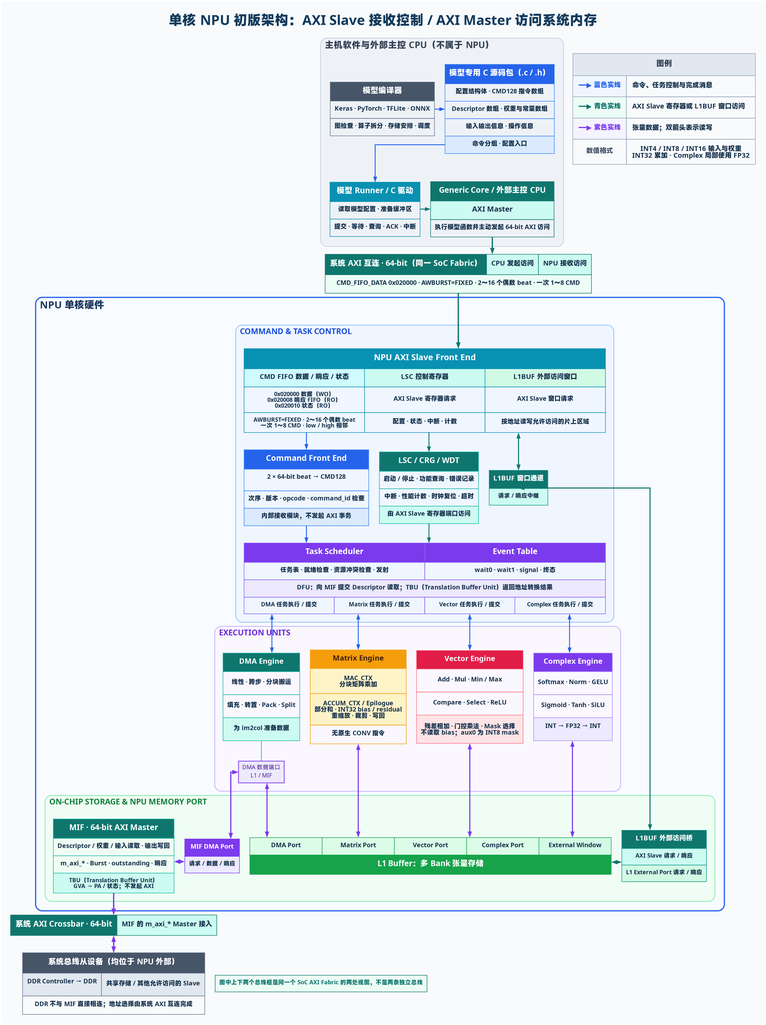
Above: NPU/assets/npu_single_core_architecture_ppt.png in Little-W/Obsidian (Graphviz), before the change. Its source is kept beside it as NPU/assets/npu_single_core_architecture_ppt.dot.
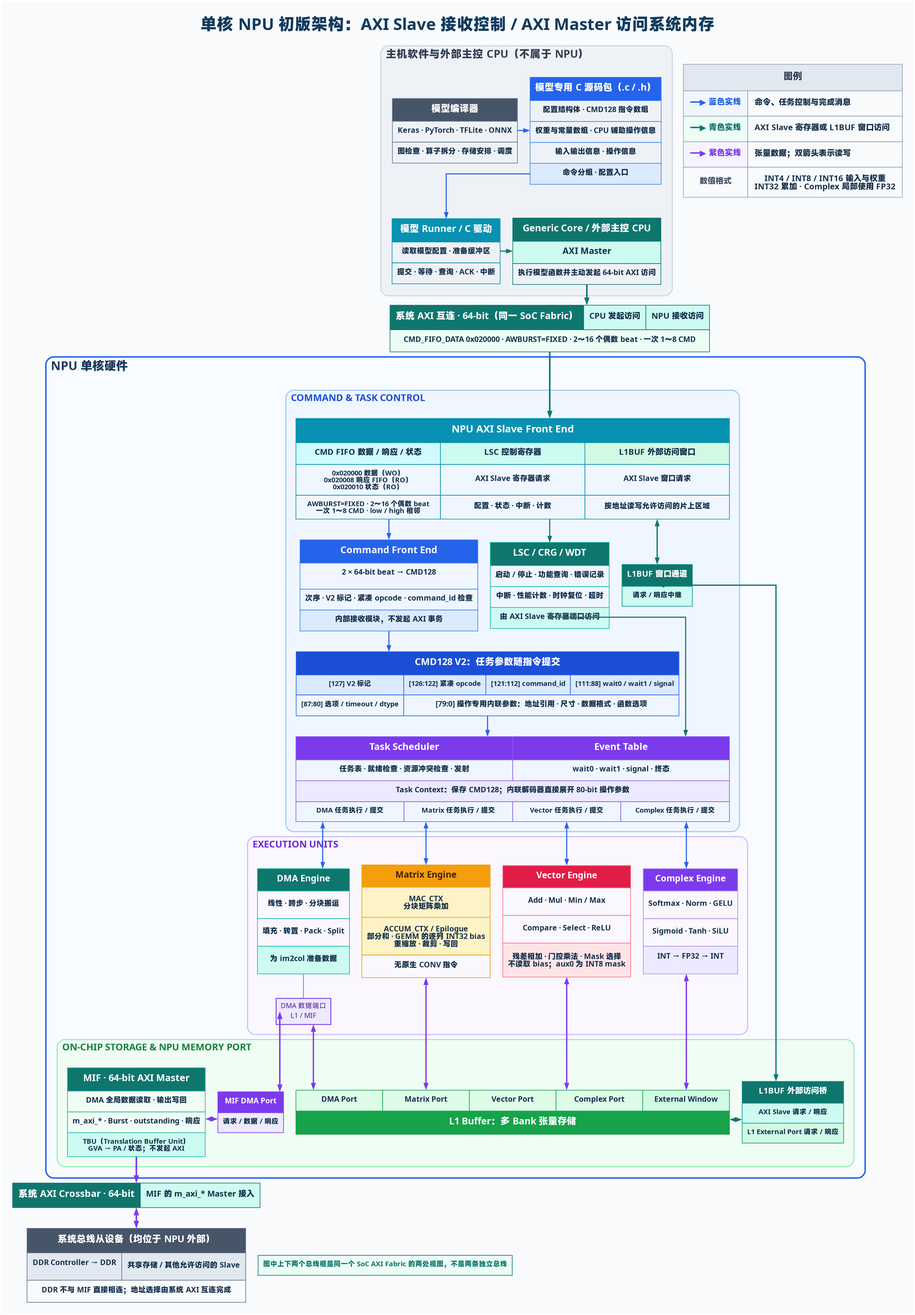
The same diagram one commit later.

Change to the diagram source:
```diff
@@ -68,7 +68,7 @@
         <TABLE BORDER="0" CELLBORDER="1" CELLSPACING="0" CELLPADDING="7" COLOR="#3B82F6">
           <TR><TD BGCOLOR="#2563EB" VALIGN="MIDDLE"><FONT FACE="Microsoft YaHei" COLOR="#FFFFFF" POINT-SIZE="15"><B>模型专用 C 源码包（.c / .h）</B></FONT></TD></TR>
           <TR><TD VALIGN="MIDDLE"><FONT FACE="Microsoft YaHei" POINT-SIZE="12"><B>配置结构体 · CMD128 指令数组</B></FONT></TD></TR>
-          <TR><TD VALIGN="MIDDLE"><FONT FACE="Microsoft YaHei" POINT-SIZE="12"><B>Descriptor 数组 · 权重与常量数组</B></FONT></TD></TR>
+          <TR><TD VALIGN="MIDDLE"><FONT FACE="Microsoft YaHei" POINT-SIZE="12"><B>权重与常量数组 · CPU 辅助操作信息</B></FONT></TD></TR>
           <TR><TD VALIGN="MIDDLE"><FONT FACE="Microsoft YaHei" POINT-SIZE="12"><B>输入输出信息 · 操作信息</B></FONT></TD></TR>
           <TR><TD BGCOLOR="#DBEAFE" VALIGN="MIDDLE"><FONT FACE="Microsoft YaHei" POINT-SIZE="12"><B>命令分组 · 配置入口</B></FONT></TD></TR>
         </TABLE>
@@ -222,8 +222,27 @@
           <TABLE BORDER="0" CELLBORDER="1" CELLSPACING="0" CELLPADDING="7" COLOR="#3B82F6">
             <TR><TD BGCOLOR="#2563EB" VALIGN="MIDDLE"><FONT FACE="Microsoft YaHei" COLOR="#FFFFFF" POINT-SIZE="15"><B>Command Front End</B></FONT></TD></TR>
             <TR><TD VALIGN="MIDDLE"><FONT FACE="Microsoft YaHei" POINT-SIZE="12"><B>2 × 64-bit beat → CMD128</B></FONT></TD></TR>
-            <TR><TD VALIGN="MIDDLE"><FONT FACE="Microsoft YaHei" POINT-SIZE="12"><B>次序 · 版本 · opcode · command_id 检查</B></FONT></TD></TR>
+            <TR><TD VALIGN="MIDDLE"><FONT FACE="Microsoft YaHei" POINT-SIZE="12"><B>次序 · V2 标记 · 紧凑 opcode · command_id 检查</B></FONT></TD></TR>
             <TR><TD BGCOLOR="#DBEAFE" VALIGN="MIDDLE"><FONT FACE="Microsoft YaHei" POINT-SIZE="12"><B>内部接收模块，不发起 AXI 事务</B></FONT></TD></TR>
+          </TABLE>
+        >
+      ];
+
+      cmd_v2 [
+        shape=plain,
+        label=<
+          <TABLE BORDER="0" CELLBORDER="1" CELLSPACING="0" CELLPADDING="7" COLOR="#2563EB">
+            <TR><TD COLSPAN="4" BGCOLOR="#1D4ED8" VALIGN="MIDDLE"><FONT FACE="Microsoft YaHei" COLOR="#FFFFFF" POINT-SIZE="15"><B>CMD128 V2：任务参数随指令提交</B></FONT></TD></TR>
+            <TR>
+              <TD BGCOLOR="#DBEAFE" VALIGN="MIDDLE"><FONT FACE="Microsoft YaHei" POINT-SIZE="11"><B>[127] V2 标记</B></FONT></TD>
+              <TD BGCOLOR="#DBEAFE" VALIGN="MIDDLE"><FONT FACE="Microsoft YaHei" POINT-SIZE="11"><B>[126:122] 紧凑 opcode</B></FONT></TD>
+              <TD BGCOLOR="#DBEAFE" VALIGN="MIDDLE"><FONT FACE="Microsoft YaHei" POINT-SIZE="11"><B>[121:112] command_id</B></FONT></TD>
+              <TD BGCOLOR="#DBEAFE" VALIGN="MIDDLE"><FONT FACE="Microsoft YaHei" POINT-SIZE="11"><B>[111:88] wait0 / wait1 / signal</B></FONT></TD>
+            </TR>
+            <TR>
+              <TD VALIGN="MIDDLE"><FONT FACE="Microsoft YaHei" POINT-SIZE="11"><B>[87:80] 选项 / timeout / dtype</B></FONT></TD>
+              <TD COLSPAN="3" BGCOLOR="#EFF6FF" VALIGN="MIDDLE"><FONT FACE="Microsoft YaHei" POINT-SIZE="12"><B>[79:0] 操作专用内联参数：地址引用 · 尺寸 · 数据格式 · 函数选项</B></FONT></TD>
+            </TR>
           </TABLE>
         >
       ];
@@ -263,7 +282,7 @@
               <TD COLSPAN="2" VALIGN="MIDDLE"><FONT FACE="Microsoft YaHei" POINT-SIZE="12"><B>wait0 · wait1 · signal · 终态</B></FONT></TD>
             </TR>
             <TR>
-              <TD COLSPAN="4" BGCOLOR="#EDE9FE" VALIGN="MIDDLE"><FONT FACE="Microsoft YaHei" POINT-SIZE="12"><B>DFU：向 MIF 提交 Descriptor 读取；TBU（Translation Buffer Unit）返回地址转换结果</B></FONT></TD>
+              <TD COLSPAN="4" BGCOLOR="#EDE9FE" VALIGN="MIDDLE"><FONT FACE="Microsoft YaHei" POINT-SIZE="12"><B>Task Context：保存 CMD128；内联解码器直接展开 80-bit 操作参数</B></FONT></TD>
             </TR>
             <TR>
               <TD PORT="dma_task" WIDTH="172" VALIGN="MIDDLE"><FONT FACE="Microsoft YaHei" POINT-SIZE="11"><B>DMA 任务执行 / 提交</B></FONT></TD>
@@ -295,7 +314,11 @@
         arrowtail=normal,
         penwidth=2.0
       ];
-      cfe:s -> scheduler:n [
+      cfe:s -> cmd_v2:n [
+        color="#2563EB",
+        style=solid
+      ];
+      cmd_v2:s -> scheduler:n [
         color="#2563EB",
         style=solid
       ];
@@ -348,7 +371,7 @@
           <TABLE BORDER="0" CELLBORDER="1" CELLSPACING="0" CELLPADDING="7" COLOR="#F59E0B">
             <TR><TD BGCOLOR="#F59E0B" HEIGHT="34" VALIGN="MIDDLE"><FONT FACE="Microsoft YaHei" COLOR="#422006" POINT-SIZE="14"><B>Matrix Engine</B></FONT></TD></TR>
             <TR><TD BGCOLOR="#FEF3C7" HEIGHT="48" VALIGN="MIDDLE"><FONT FACE="Microsoft YaHei" POINT-SIZE="12"><B>MAC_CTX<BR/>分块矩阵乘加</B></FONT></TD></TR>
-            <TR><TD BGCOLOR="#FEF3C7" HEIGHT="60" VALIGN="MIDDLE"><FONT FACE="Microsoft YaHei" POINT-SIZE="12"><B>ACCUM_CTX / Epilogue<BR/>部分和 · INT32 bias / residual<BR/>重缩放 · 裁剪 · 写回</B></FONT></TD></TR>
+            <TR><TD BGCOLOR="#FEF3C7" HEIGHT="60" VALIGN="MIDDLE"><FONT FACE="Microsoft YaHei" POINT-SIZE="12"><B>ACCUM_CTX / Epilogue<BR/>部分和 · GEMM 的逐列 INT32 bias<BR/>重缩放 · 裁剪 · 写回</B></FONT></TD></TR>
             <TR><TD HEIGHT="36" VALIGN="MIDDLE"><FONT FACE="Microsoft YaHei" POINT-SIZE="12"><B>无原生 CONV 指令</B></FONT></TD></TR>
           </TABLE>
         >
@@ -465,7 +488,7 @@
         label=<
           <TABLE BORDER="0" CELLBORDER="1" CELLSPACING="0" CELLPADDING="7" COLOR="#14B8A6">
             <TR><TD BGCOLOR="#0F766E" VALIGN="MIDDLE"><FONT FACE="Microsoft YaHei" COLOR="#FFFFFF" POINT-SIZE="15"><B>MIF · 64-bit AXI Master</B></FONT></TD></TR>
-            <TR><TD VALIGN="MIDDLE"><FONT FACE="Microsoft YaHei" POINT-SIZE="12"><B>Descriptor / 权重 / 输入读取 · 输出写回</B></FONT></TD></TR>
+            <TR><TD VALIGN="MIDDLE"><FONT FACE="Microsoft YaHei" POINT-SIZE="12"><B>DMA 全局数据读取 · 输出写回</B></FONT></TD></TR>
             <TR><TD VALIGN="MIDDLE"><FONT FACE="Microsoft YaHei" POINT-SIZE="12"><B>m_axi_* · Burst · outstanding · 响应</B></FONT></TD></TR>
             <TR><TD BGCOLOR="#CCFBF1" VALIGN="MIDDLE"><FONT FACE="Microsoft YaHei" POINT-SIZE="11"><B>TBU（Translation Buffer Unit）<BR/>GVA → PA / 状态；不发起 AXI</B></FONT></TD></TR>
           </TABLE>
```
